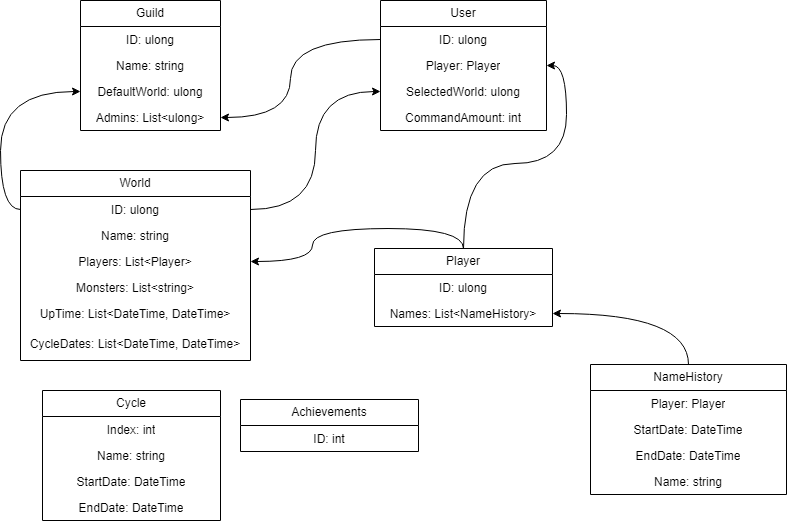
Endferoma/Draw.IO keeps this draw.io diagram as Stats Bot UML.drawio.png. Above is the earlier version. Source tidied: cells renumbered, new cells last; positions are measured from the earlier drawing's top-left corner, leaving out a move shared by most shapes.
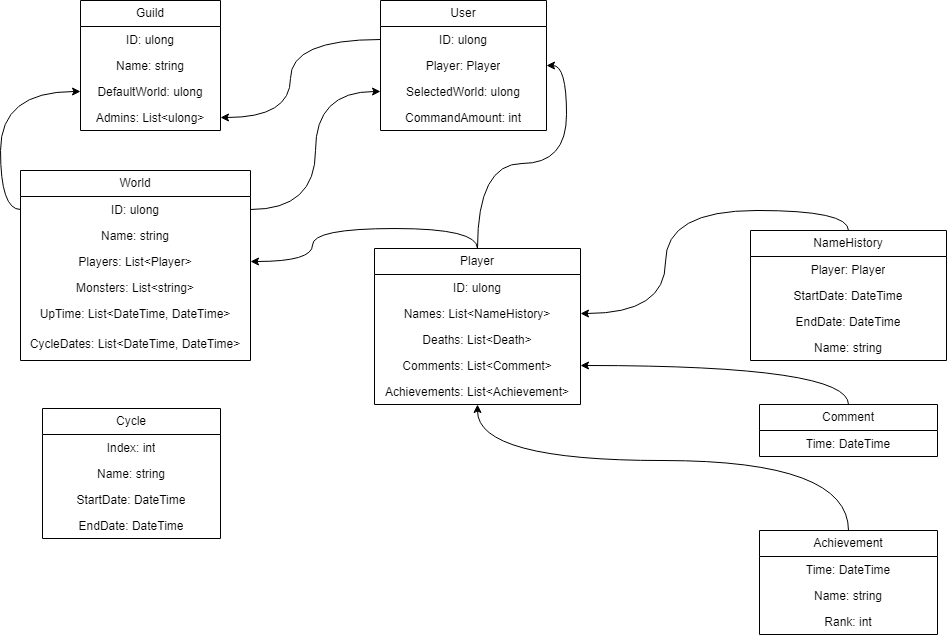
Later version of the same file.

Diff of the diagram source:
```diff
@@ -36,7 +36,7 @@
       <mxGeometry relative="1" as="geometry" />
     </mxCell>
     <mxCell id="13" value="NameHistory" style="swimlane;fontStyle=0;horizontal=1;startSize=26;fillColor=none;whiteSpace=wrap;html=1;align=center;" parent="1" vertex="1">
-      <mxGeometry x="570" y="364" width="196" height="130" as="geometry" />
+      <mxGeometry x="730" y="230" width="196" height="130" as="geometry" />
     </mxCell>
     <mxCell id="14" value="Player: Player" style="text;strokeColor=none;fillColor=none;align=center;verticalAlign=top;spacingLeft=4;spacingRight=4;overflow=hidden;whiteSpace=wrap;html=1;" parent="13" vertex="1">
       <mxGeometry y="26" width="196" height="26" as="geometry" />
@@ -78,14 +78,23 @@
       <mxGeometry relative="1" as="geometry" />
     </mxCell>
     <mxCell id="27" value="Player" style="swimlane;fontStyle=0;horizontal=1;startSize=26;fillColor=none;whiteSpace=wrap;html=1;align=center;" parent="1" vertex="1">
-      <mxGeometry x="354" y="248" width="178" height="78" as="geometry" />
+      <mxGeometry x="354" y="248" width="206" height="156" as="geometry" />
     </mxCell>
     <mxCell id="28" value="ID: ulong" style="text;strokeColor=none;fillColor=none;align=center;verticalAlign=top;spacingLeft=4;spacingRight=4;overflow=hidden;whiteSpace=wrap;html=1;" parent="27" vertex="1">
-      <mxGeometry y="26" width="178" height="26" as="geometry" />
+      <mxGeometry y="26" width="206" height="26" as="geometry" />
     </mxCell>
     <mxCell id="29" value="Names: List&amp;lt;NameHistory&amp;gt;" style="text;strokeColor=none;fillColor=none;align=center;verticalAlign=top;spacingLeft=4;spacingRight=4;overflow=hidden;points=[[0,0.5],[1,0.5]];portConstraint=eastwest;whiteSpace=wrap;html=1;" parent="27" vertex="1">
-      <mxGeometry y="52" width="178" height="26" as="geometry" />
+      <mxGeometry y="52" width="206" height="26" as="geometry" />
     </mxCell>
+    <mxCell id="40" value="Deaths: List&amp;lt;Death&amp;gt;" style="text;strokeColor=none;fillColor=none;align=center;verticalAlign=top;spacingLeft=4;spacingRight=4;overflow=hidden;whiteSpace=wrap;html=1;" parent="27" vertex="1">
+      <mxGeometry y="78" width="206" height="26" as="geometry" />
+    </mxCell>
+    <mxCell id="41" value="Comments: List&amp;lt;Comment&amp;gt;" style="text;strokeColor=none;fillColor=none;align=center;verticalAlign=top;spacingLeft=4;spacingRight=4;overflow=hidden;points=[[0,0.5],[1,0.5]];portConstraint=eastwest;whiteSpace=wrap;html=1;" parent="27" vertex="1">
+      <mxGeometry y="104" width="206" height="26" as="geometry" />
+    </mxCell>
+    <mxCell id="42" value="Achievements: List&amp;lt;Achievement&amp;gt;" style="text;strokeColor=none;fillColor=none;align=center;verticalAlign=top;spacingLeft=4;spacingRight=4;overflow=hidden;points=[[0,0.5],[1,0.5]];portConstraint=eastwest;whiteSpace=wrap;html=1;" parent="27" vertex="1">
+      <mxGeometry y="130" width="206" height="26" as="geometry" />
+    </mxCell>
     <mxCell id="30" style="edgeStyle=orthogonalEdgeStyle;rounded=0;jettySize=auto;html=1;exitX=0;exitY=0.5;exitDx=0;exitDy=0;curved=1;" parent="1" edge="1" source="8" target="6">
       <mxGeometry relative="1" as="geometry">
         <Array as="points">
@@ -98,7 +107,7 @@
       <mxGeometry relative="1" as="geometry" />
     </mxCell>
     <mxCell id="32" value="Cycle" style="swimlane;fontStyle=0;horizontal=1;startSize=26;fillColor=none;whiteSpace=wrap;html=1;align=center;" parent="1" vertex="1">
-      <mxGeometry x="22" y="390" width="178" height="130" as="geometry" />
+      <mxGeometry x="22" y="408" width="178" height="130" as="geometry" />
     </mxCell>
     <mxCell id="33" value="Index: int" style="text;strokeColor=none;fillColor=none;align=center;verticalAlign=top;spacingLeft=4;spacingRight=4;overflow=hidden;whiteSpace=wrap;html=1;" parent="32" vertex="1">
       <mxGeometry y="26" width="178" height="26" as="geometry" />
@@ -115,11 +124,38 @@
     <mxCell id="37" style="edgeStyle=orthogonalEdgeStyle;rounded=0;jettySize=auto;html=1;exitX=0;exitY=0.5;exitDx=0;exitDy=0;curved=1;" parent="1" edge="1" source="19" target="5">
       <mxGeometry relative="1" as="geometry" />
     </mxCell>
+    <mxCell id="43" style="edgeStyle=orthogonalEdgeStyle;rounded=0;jettySize=auto;html=1;exitX=0.5;exitY=0;exitDx=0;exitDy=0;curved=1;" parent="1" edge="1" source="38" target="42">
+      <mxGeometry relative="1" as="geometry">
+        <Array as="points">
+          <mxPoint x="828" y="460" />
+          <mxPoint x="457" y="460" />
+        </Array>
+      </mxGeometry>
+    </mxCell>
-    <mxCell id="38" value="Achievements" style="swimlane;fontStyle=0;horizontal=1;startSize=26;fillColor=none;whiteSpace=wrap;html=1;align=center;" parent="1" vertex="1">
-      <mxGeometry x="220" y="399" width="178" height="52" as="geometry" />
+    <mxCell id="38" value="Achievement" style="swimlane;fontStyle=0;horizontal=1;startSize=26;fillColor=none;whiteSpace=wrap;html=1;align=center;" parent="1" vertex="1">
+      <mxGeometry x="739" y="530" width="178" height="104" as="geometry" />
     </mxCell>
-    <mxCell id="39" value="ID: int" style="text;strokeColor=none;fillColor=none;align=center;verticalAlign=top;spacingLeft=4;spacingRight=4;overflow=hidden;whiteSpace=wrap;html=1;" parent="38" vertex="1">
+    <mxCell id="39" value="Time: DateTime" style="text;strokeColor=none;fillColor=none;align=center;verticalAlign=top;spacingLeft=4;spacingRight=4;overflow=hidden;whiteSpace=wrap;html=1;" parent="38" vertex="1">
       <mxGeometry y="26" width="178" height="26" as="geometry" />
     </mxCell>
+    <mxCell id="44" value="Name: string" style="text;strokeColor=none;fillColor=none;align=center;verticalAlign=top;spacingLeft=4;spacingRight=4;overflow=hidden;whiteSpace=wrap;html=1;" parent="38" vertex="1">
+      <mxGeometry y="52" width="178" height="26" as="geometry" />
+    </mxCell>
+    <mxCell id="45" value="Rank: int" style="text;strokeColor=none;fillColor=none;align=center;verticalAlign=top;spacingLeft=4;spacingRight=4;overflow=hidden;whiteSpace=wrap;html=1;" parent="38" vertex="1">
+      <mxGeometry y="78" width="178" height="26" as="geometry" />
+    </mxCell>
+    <mxCell id="46" style="edgeStyle=orthogonalEdgeStyle;rounded=0;jettySize=auto;html=1;exitX=0.5;exitY=0;exitDx=0;exitDy=0;curved=1;" parent="1" edge="1" source="47" target="41">
+      <mxGeometry relative="1" as="geometry">
+        <Array as="points">
+          <mxPoint x="828" y="365" />
+        </Array>
+      </mxGeometry>
+    </mxCell>
+    <mxCell id="47" value="Comment" style="swimlane;fontStyle=0;horizontal=1;startSize=26;fillColor=none;whiteSpace=wrap;html=1;align=center;" parent="1" vertex="1">
+      <mxGeometry x="739" y="404" width="178" height="52" as="geometry" />
+    </mxCell>
+    <mxCell id="48" value="Time: DateTime" style="text;strokeColor=none;fillColor=none;align=center;verticalAlign=top;spacingLeft=4;spacingRight=4;overflow=hidden;whiteSpace=wrap;html=1;" parent="47" vertex="1">
+      <mxGeometry y="26" width="178" height="26" as="geometry" />
+    </mxCell>
   </root>
 </mxGraphModel>
```
